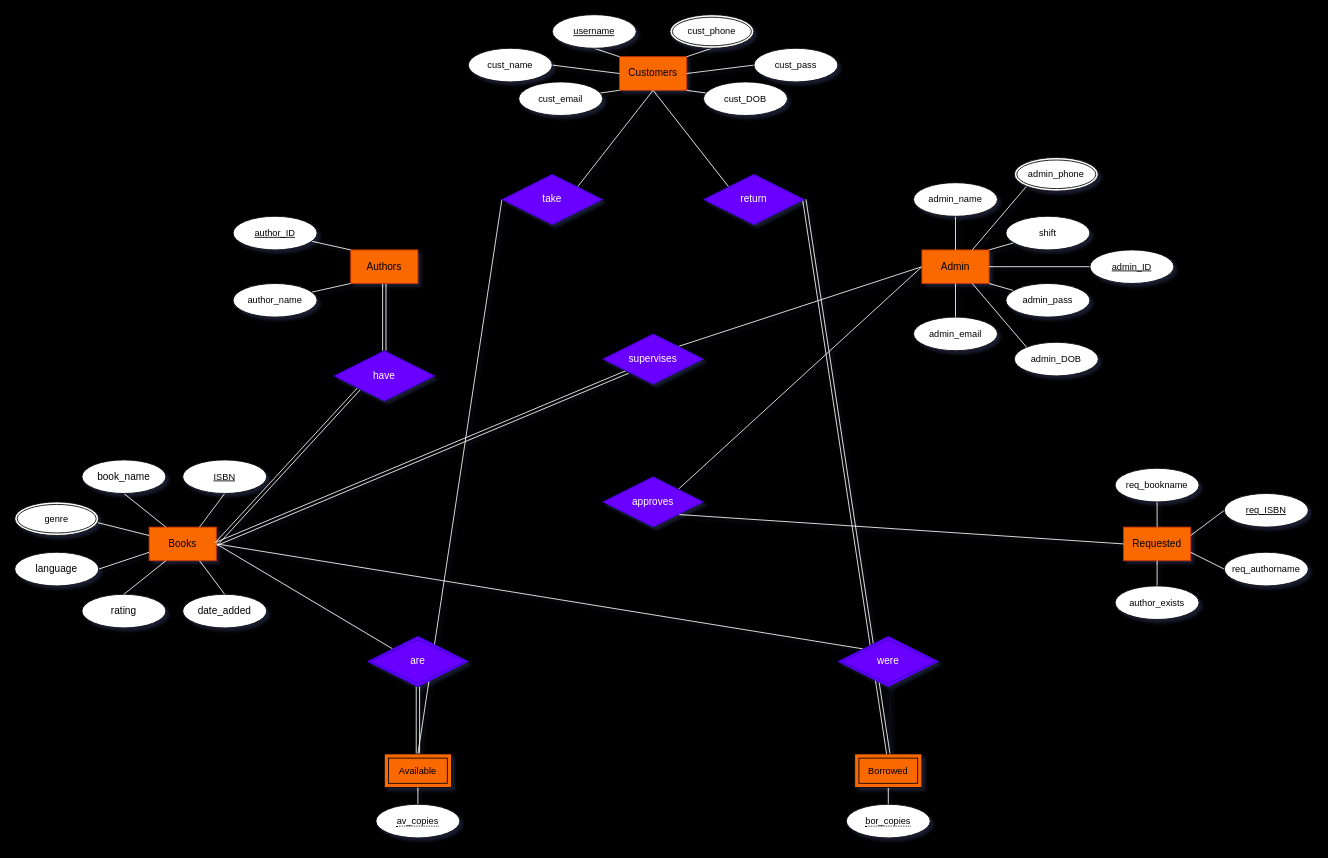
rajin-khan/BIBLIO keeps this draw.io diagram as ERD.drawio. Above is the earlier version. Source tidied: cells renumbered, new cells numbered last; positions are measured from the earlier drawing's top-left corner, leaving out a move shared by most shapes. Both pictures are drawn from the tidied source at 84%, with x=0, y=0 at pixel (14, 14).
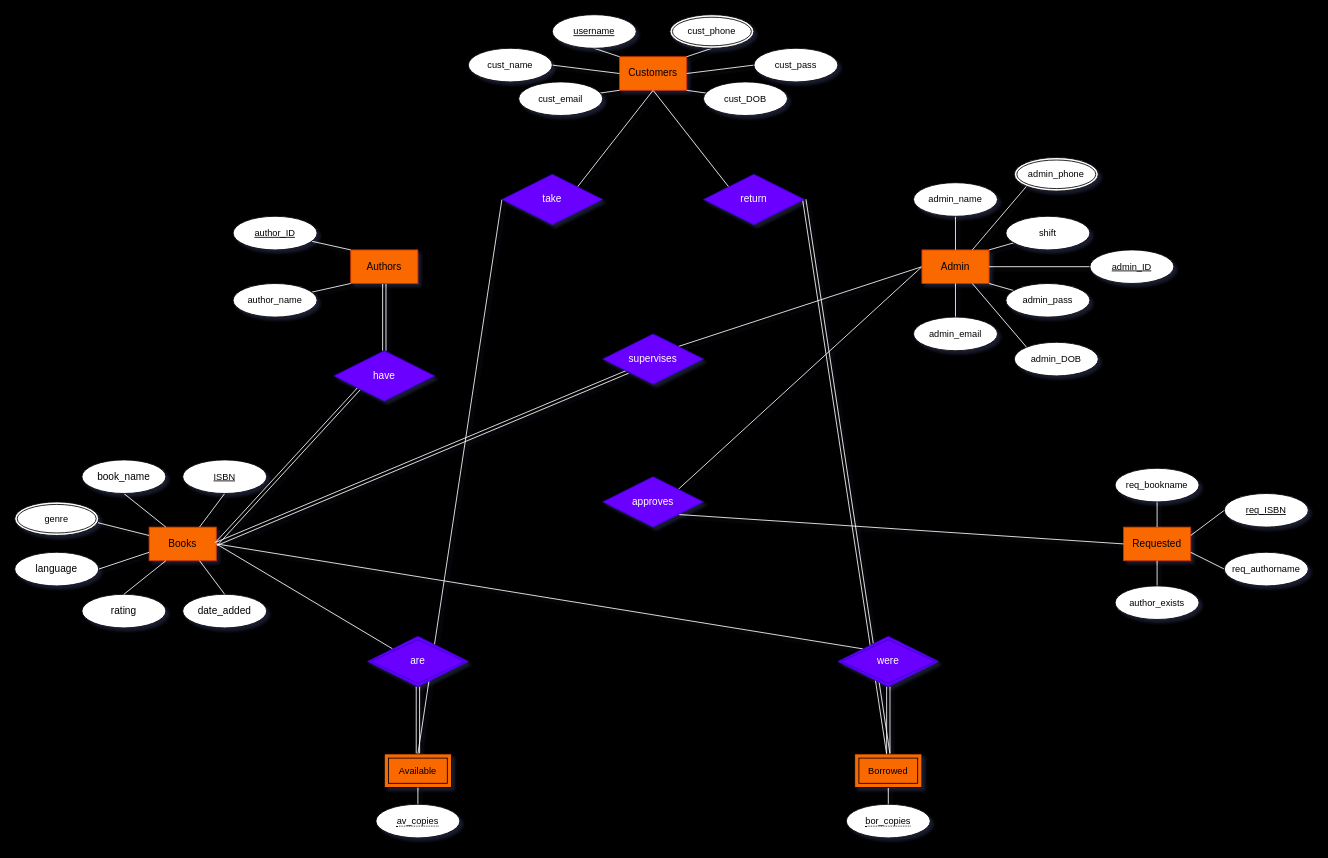
After the change.

Commit message (it also covers changes not shown here):
Update Relationships and Diagram

Unchanged cells that the change refers to:
```xml
<mxCell id="61" value="Borrowed" style="shape=ext;margin=3;double=1;whiteSpace=wrap;html=1;align=center;fontFamily=Helvetica;fontSize=11;rounded=0;fillColor=#fa6800;fontColor=#000000;strokeColor=#000000;" parent="1" vertex="1">
  <mxGeometry x="1000" y="880" width="80" height="40" as="geometry" />
</mxCell>
<mxCell id="79" value="were" style="shape=rhombus;double=1;perimeter=rhombusPerimeter;whiteSpace=wrap;html=1;align=center;fillColor=#6a00ff;fontColor=#ffffff;strokeColor=#3700CC;" parent="1" vertex="1">
  <mxGeometry x="980" y="740" width="120" height="60" as="geometry" />
</mxCell>
```

The edit, as a diff of the source:
```diff
@@
-    <mxCell id="60" style="edgeStyle=none;html=1;entryX=0.5;entryY=1;entryDx=0;entryDy=0;endArrow=none;endFill=0;shape=link;" parent="1" edge="1" source="61" target="79">
+    <mxCell id="60" style="edgeStyle=none;html=1;entryX=0.5;entryY=1;entryDx=0;entryDy=0;endArrow=none;endFill=0;shape=link;strokeColor=#f8f7f7;" parent="1" edge="1" source="61" target="79">
       <mxGeometry relative="1" as="geometry" />
     </mxCell>
```
